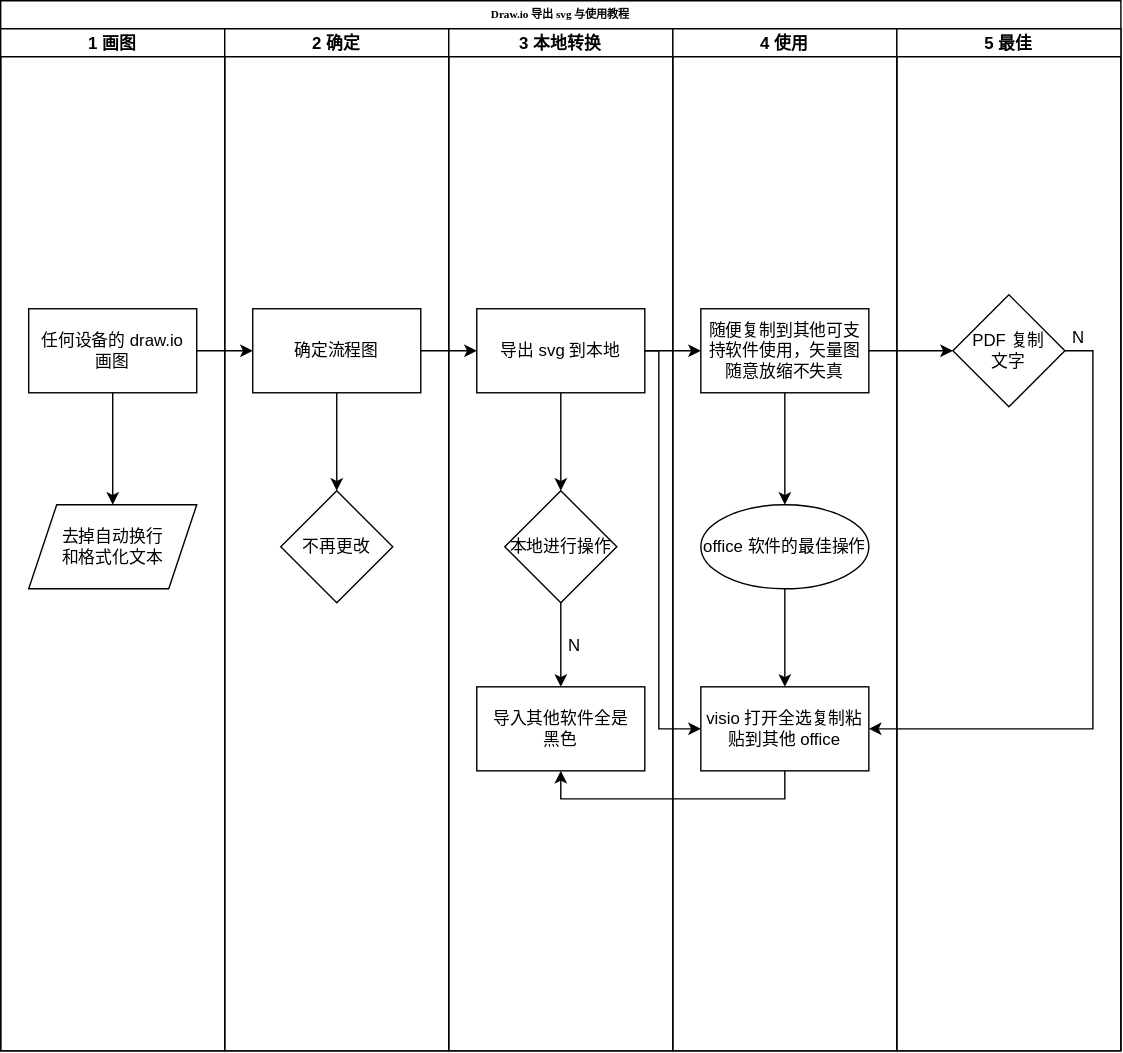
Earlier version of the draw.io export Draw.io/draw.io 的导出教程.svg (InoryLwc/ConfigRepo). Source tidied: cells renumbered, new cells last; positions are measured from the earlier drawing's top-left corner, leaving out a move shared by most shapes.
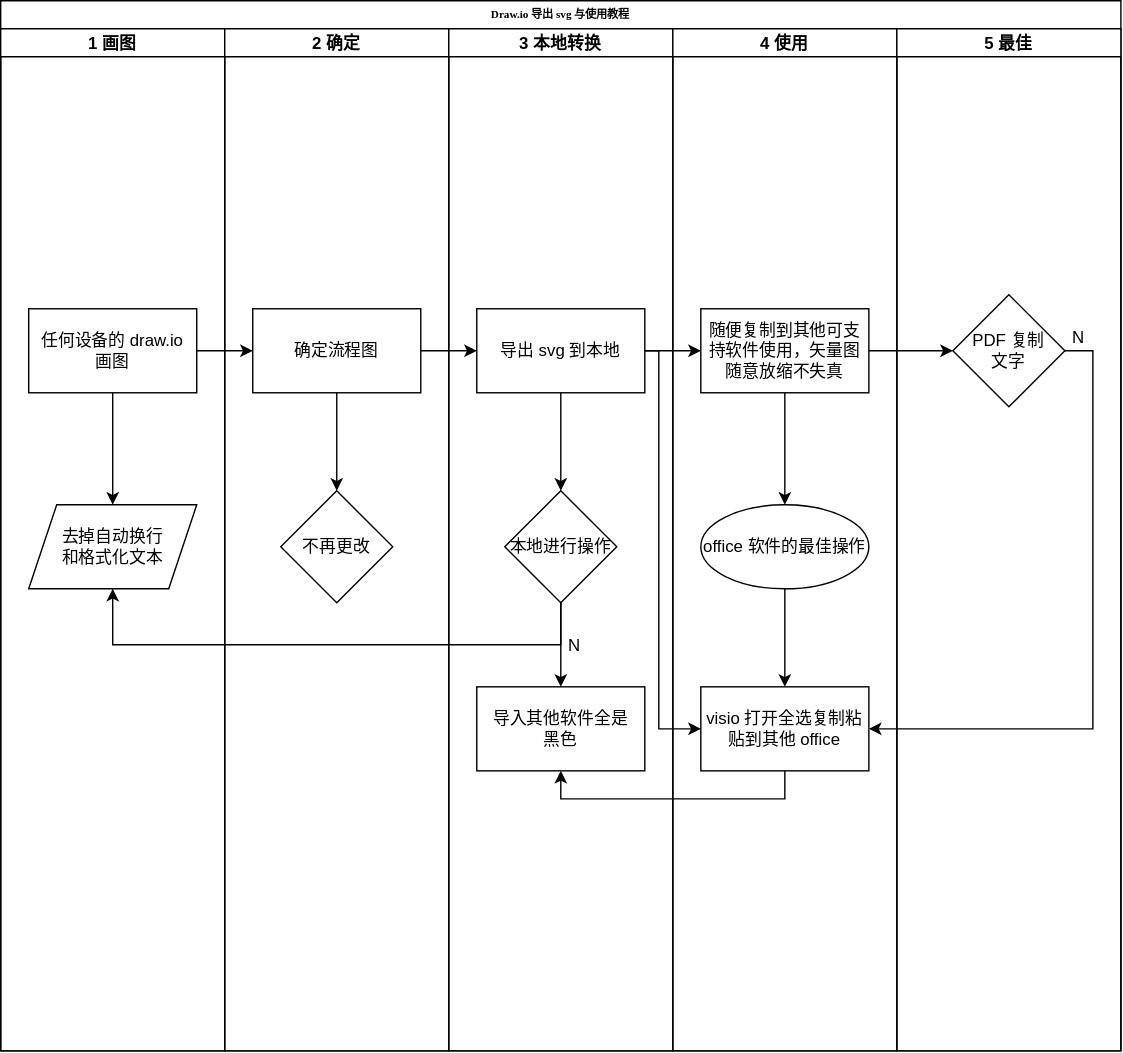
The same file after the commit.

Commit message:
更新draw.io 的导出教程.svg

Diff of the diagram source:
```diff
@@ -87,6 +87,14 @@
     <mxCell id="26" style="edgeStyle=orthogonalEdgeStyle;rounded=0;jettySize=auto;exitX=1;exitY=0.5;exitDx=0;exitDy=0;entryX=0;entryY=0.5;entryDx=0;entryDy=0;" parent="2" edge="1" source="15" target="18">
       <mxGeometry relative="1" as="geometry" />
     </mxCell>
+    <mxCell id="34" style="edgeStyle=orthogonalEdgeStyle;rounded=0;jettySize=auto;html=0;exitX=0.5;exitY=1;exitDx=0;exitDy=0;entryX=0.5;entryY=1;entryDx=0;entryDy=0;" parent="2" edge="1" source="11" target="6">
+      <mxGeometry relative="1" as="geometry">
+        <Array as="points">
+          <mxPoint x="400" y="460" />
+          <mxPoint x="80" y="460" />
+        </Array>
+      </mxGeometry>
+    </mxCell>
     <mxCell id="27" value="不再更改" style="rhombus;whiteSpace=wrap;rounded=0;" parent="1" vertex="1">
       <mxGeometry x="200" y="350" width="80" height="80" as="geometry" />
     </mxCell>
```
